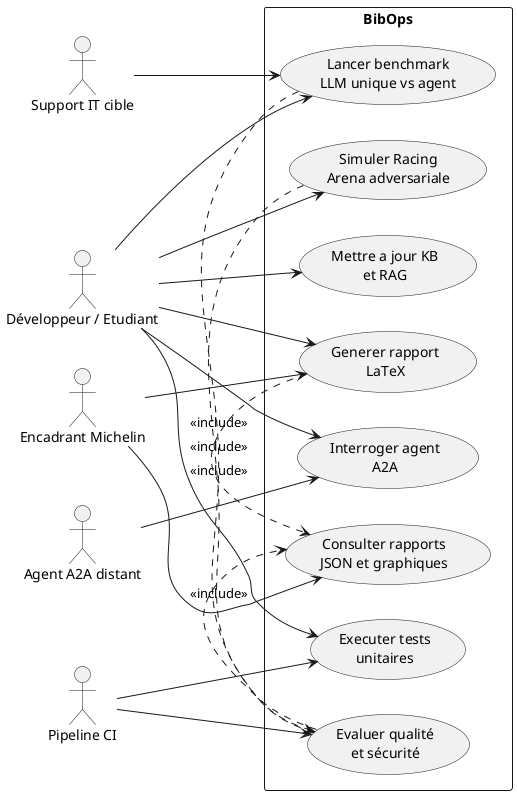
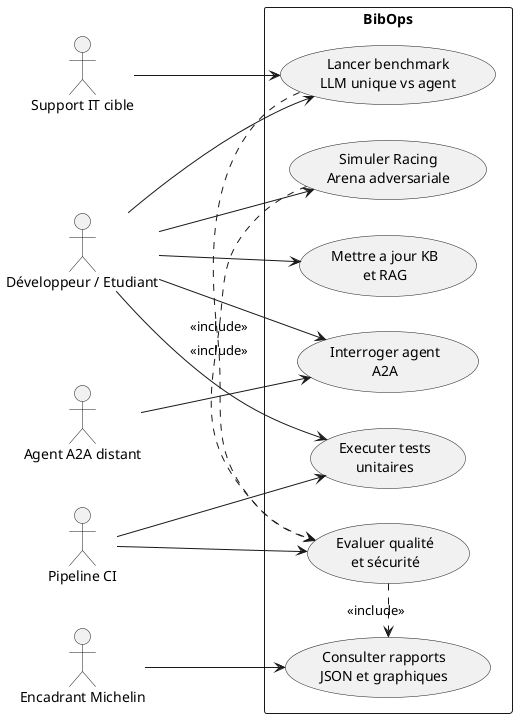
@startuml
left to right direction
skinparam packageStyle rectangle
skinparam shadowing false

actor "Développeur / Etudiant" as Dev
actor "Encadrant Michelin" as Mentor
actor "Support IT cible" as Support
actor "Agent A2A distant" as A2A
actor "Pipeline CI" as CI

rectangle "BibOps" {
  usecase "Lancer benchmark\nLLM unique vs agent" as UC1
  usecase "Evaluer qualité\net sécurité" as UC2
  usecase "Consulter rapports\nJSON et graphiques" as UC3
  usecase "Interroger agent\nA2A" as UC4
  usecase "Executer tests\nunitaires" as UC5
-   usecase "Generer rapport\nLaTeX" as UC6
  usecase "Simuler Racing\nArena adversariale" as UC7
  usecase "Mettre a jour KB\net RAG" as UC8
}

Dev --> UC1
Dev --> UC4
Dev --> UC5
- Dev --> UC6
Dev --> UC7
Dev --> UC8

Mentor --> UC3
- Mentor --> UC6
Support --> UC1
A2A --> UC4
CI --> UC5
CI --> UC2

UC1 .> UC2 : <<include>>
UC2 .> UC3 : <<include>>
UC7 .> UC2 : <<include>>
- UC6 .> UC3 : <<include>>
@enduml
